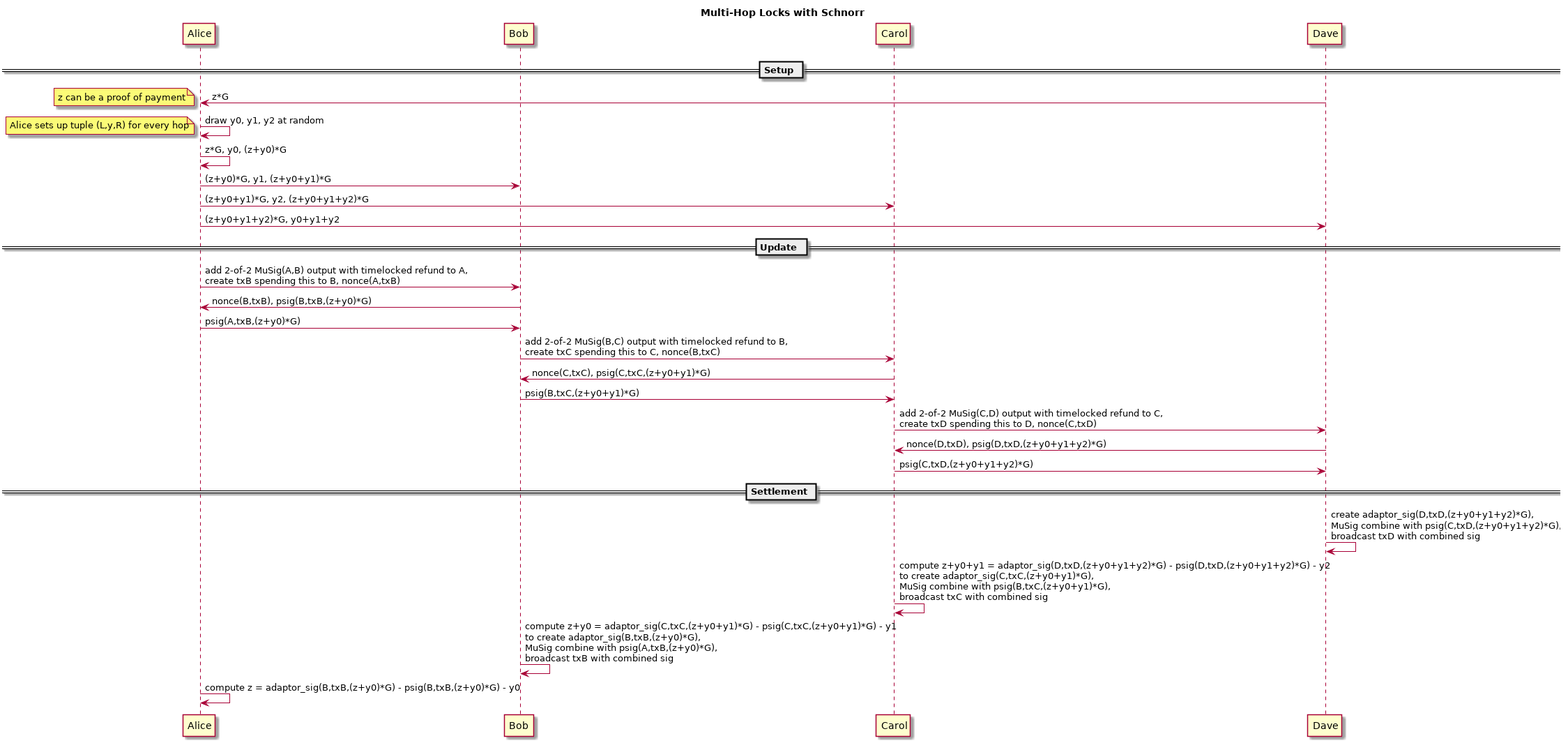
This is md/images/multi-hop-locks.png from BlockstreamResearch/scriptless-scripts, a PlantUML export, as it was before one commit.
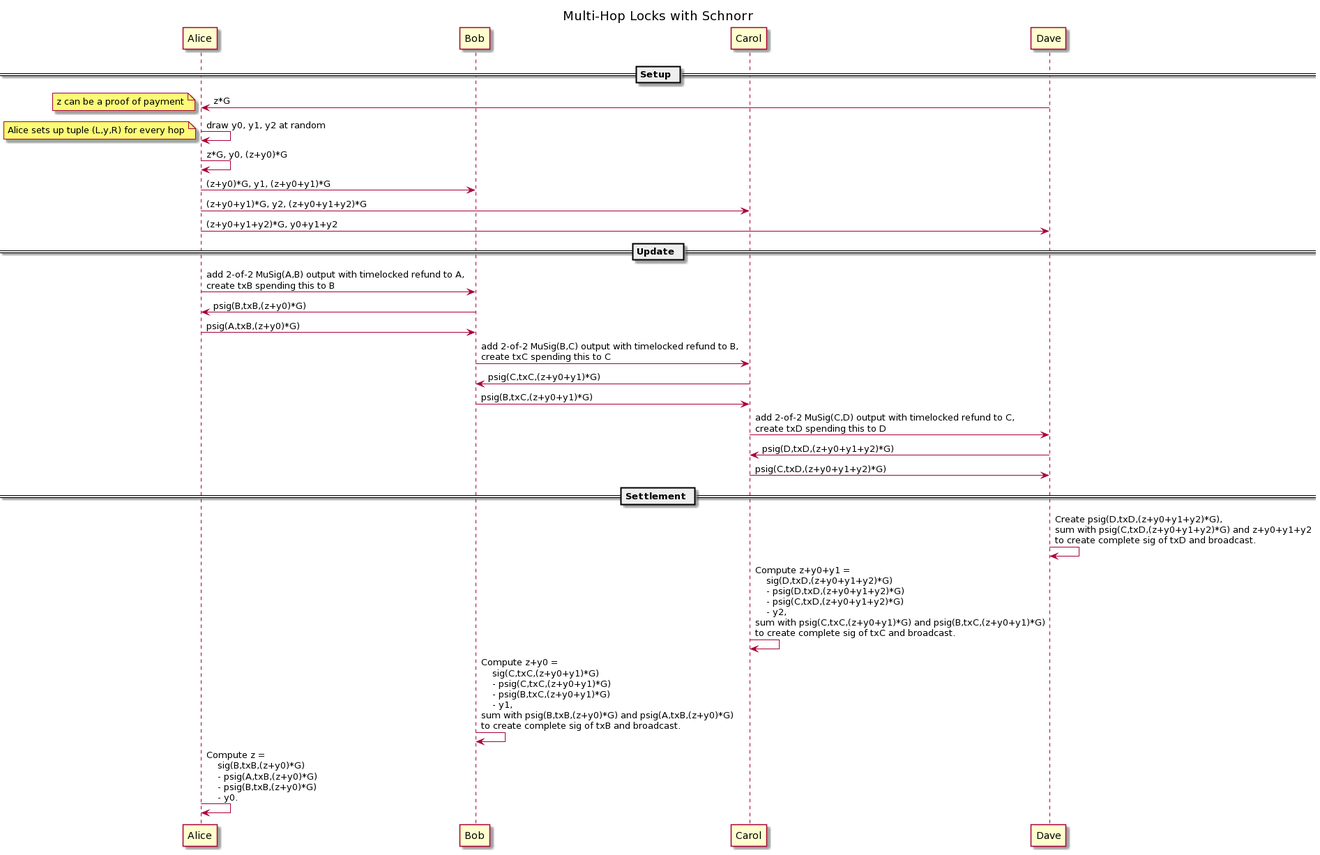
Above is the later version.

Commit message:
Update multi-hop-locks to Musig2

Musig2 will always be preferred over Musig, so the scriptless script
multi-hop-locks construction should use it.

What changed in the source:
```diff
@@ -22,21 +22,20 @@
 
 == Update ==
 
-Alice->Bob  : add 2-of-2 MuSig(A,B) output with timelocked refund to A,\ncreate txB spending this to B, nonce(A,txB)
-Bob->Alice  : nonce(B,txB), psig(B,txB,(z+y0)*G)
+Alice->Bob  : add 2-of-2 MuSig(A,B) output with timelocked refund to A,\ncreate txB spending this to B
+Bob->Alice  : psig(B,txB,(z+y0)*G)
 Alice->Bob  : psig(A,txB,(z+y0)*G)
-Bob->Carol  : add 2-of-2 MuSig(B,C) output with timelocked refund to B,\ncreate txC spending this to C, nonce(B,txC)
-Carol->Bob  : nonce(C,txC), psig(C,txC,(z+y0+y1)*G)
+Bob->Carol  : add 2-of-2 MuSig(B,C) output with timelocked refund to B,\ncreate txC spending this to C
+Carol->Bob  : psig(C,txC,(z+y0+y1)*G)
 Bob->Carol  : psig(B,txC,(z+y0+y1)*G)
-Carol->Dave : add 2-of-2 MuSig(C,D) output with timelocked refund to C,\ncreate txD spending this to D, nonce(C,txD)
-Dave->Carol : nonce(D,txD), psig(D,txD,(z+y0+y1+y2)*G)
+Carol->Dave : add 2-of-2 MuSig(C,D) output with timelocked refund to C,\ncreate txD spending this to D
+Dave->Carol : psig(D,txD,(z+y0+y1+y2)*G)
 Carol->Dave : psig(C,txD,(z+y0+y1+y2)*G)
 
 == Settlement ==
 
-Dave->Dave   : create adaptor_sig(D,txD,(z+y0+y1+y2)*G),\nMuSig combine with psig(C,txD,(z+y0+y1+y2)*G),\nbroadcast txD with combined sig
-Carol->Carol : compute z+y0+y1 = adaptor_sig(D,txD,(z+y0+y1+y2)*G) - psig(D,txD,(z+y0+y1+y2)*G) - y2\nto create adaptor_sig(C,txC,(z+y0+y1)*G),\nMuSig combine with psig(B,txC,(z+y0+y1)*G),\nbroadcast txC with combined sig
-Bob->Bob     : compute z+y0 = adaptor_sig(C,txC,(z+y0+y1)*G) - psig(C,txC,(z+y0+y1)*G) - y1\nto create adaptor_sig(B,txB,(z+y0)*G),\nMuSig combine with psig(A,txB,(z+y0)*G),\nbroadcast txB with combined sig
-Alice->Alice : compute z = adaptor_sig(B,txB,(z+y0)*G) - psig(B,txB,(z+y0)*G) - y0
-
+Dave->Dave   : Create psig(D,txD,(z+y0+y1+y2)*G),\nsum with psig(C,txD,(z+y0+y1+y2)*G) and z+y0+y1+y2\nto create complete sig of txD and broadcast.
+Carol->Carol : Compute z+y0+y1 =\n    sig(D,txD,(z+y0+y1+y2)*G)\n    - psig(D,txD,(z+y0+y1+y2)*G)\n    - psig(C,txD,(z+y0+y1+y2)*G) \n    - y2,\nsum with psig(C,txC,(z+y0+y1)*G) and psig(B,txC,(z+y0+y1)*G)\nto create complete sig of txC and broadcast.
+Bob->Bob     : Compute z+y0 =\n    sig(C,txC,(z+y0+y1)*G)\n    - psig(C,txC,(z+y0+y1)*G)\n    - psig(B,txC,(z+y0+y1)*G)\n    - y1,\nsum with psig(B,txB,(z+y0)*G) and psig(A,txB,(z+y0)*G)\nto create complete sig of txB and broadcast.
+Alice->Alice : Compute z =\n    sig(B,txB,(z+y0)*G)\n    - psig(A,txB,(z+y0)*G)\n    - psig(B,txB,(z+y0)*G)\n    - y0.
 @enduml
```
